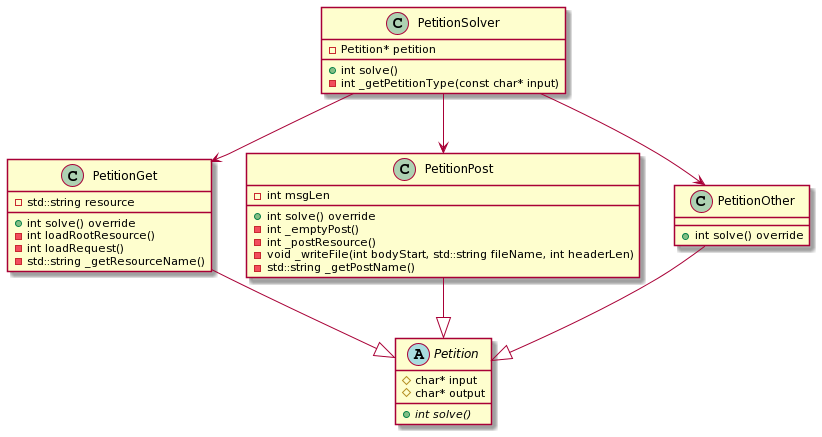
Earlier version of the PlantUML export Images/Diagrama-De-Clases-1.png (ezezbogar/TP3-Taller).
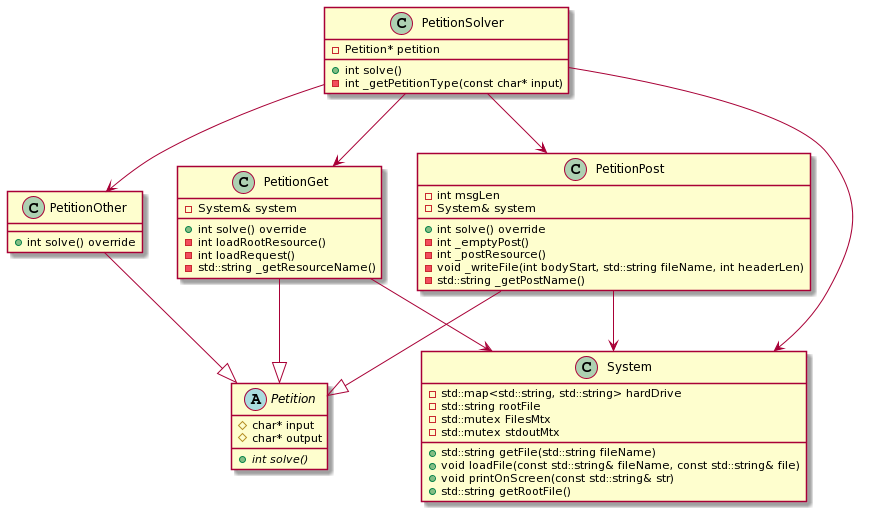
After the change.

Commit message:
Actualizo diagramas

The edit, as a diff of the source:
```diff
@@ -13,7 +13,7 @@
 }
 
 class PetitionGet {
--std::string resource
+-System& system
 +int solve() override
 -int loadRootResource()
 -int loadRequest()
@@ -22,6 +22,7 @@
 
 class PetitionPost {
 -int msgLen
+-System& system
 +int solve() override
 -int _emptyPost()
 -int _postResource()
@@ -33,6 +34,22 @@
 +int solve() override
 }
 
+class System {
+-std::map<std::string, std::string> hardDrive
+-std::string rootFile
+-std::mutex FilesMtx
+-std::mutex stdoutMtx
+
++std::string getFile(std::string fileName)
++void loadFile(const std::string& fileName, const std::string& file)
++void printOnScreen(const std::string& str)
++std::string getRootFile()
+}
+
+PetitionSolver-->System
+PetitionGet-->System
+PetitionPost-->System
+
 PetitionSolver-->PetitionGet
 PetitionSolver-->PetitionPost
 PetitionSolver-->PetitionOther
```
